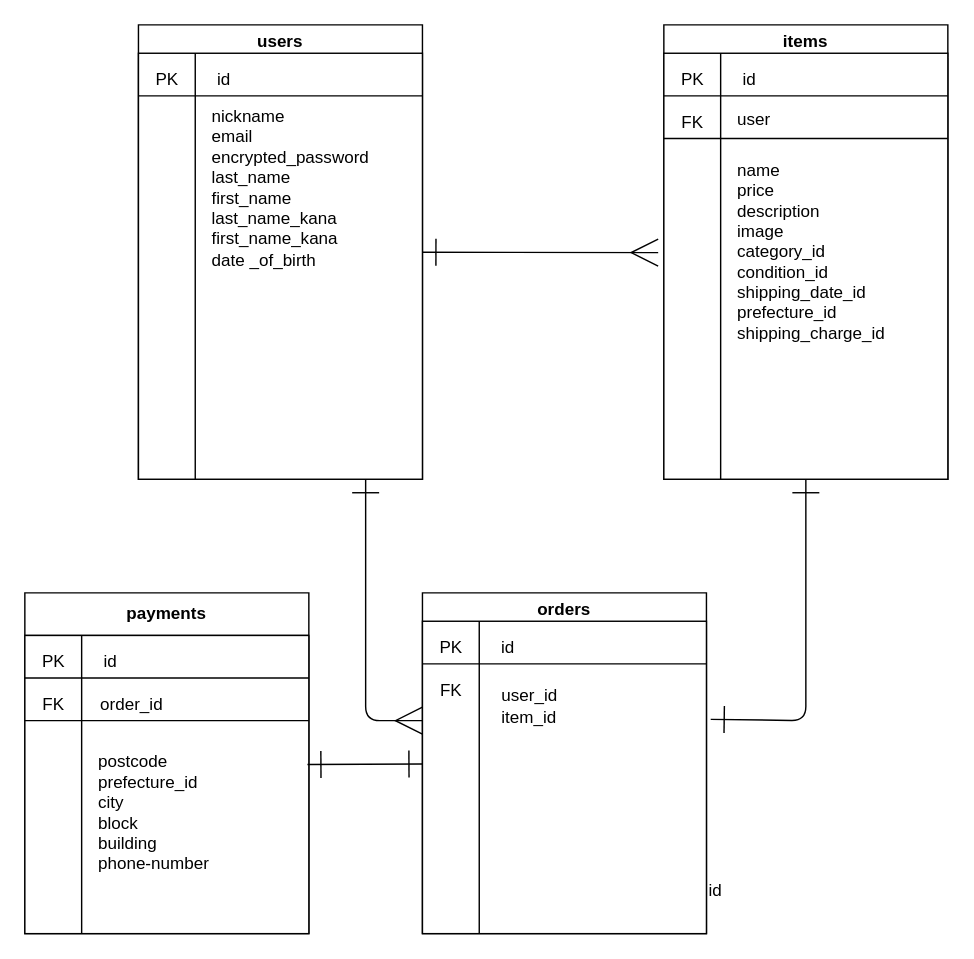
coffta/furima-39530 keeps this draw.io diagram as ER .dio. Above is the earlier version. Source tidied: cells renumbered, new cells numbered last; positions are measured from the earlier drawing's top-left corner, leaving out a move shared by most shapes. Both pictures are drawn from the tidied source at 142%, with x=0, y=0 at pixel (24, 24).
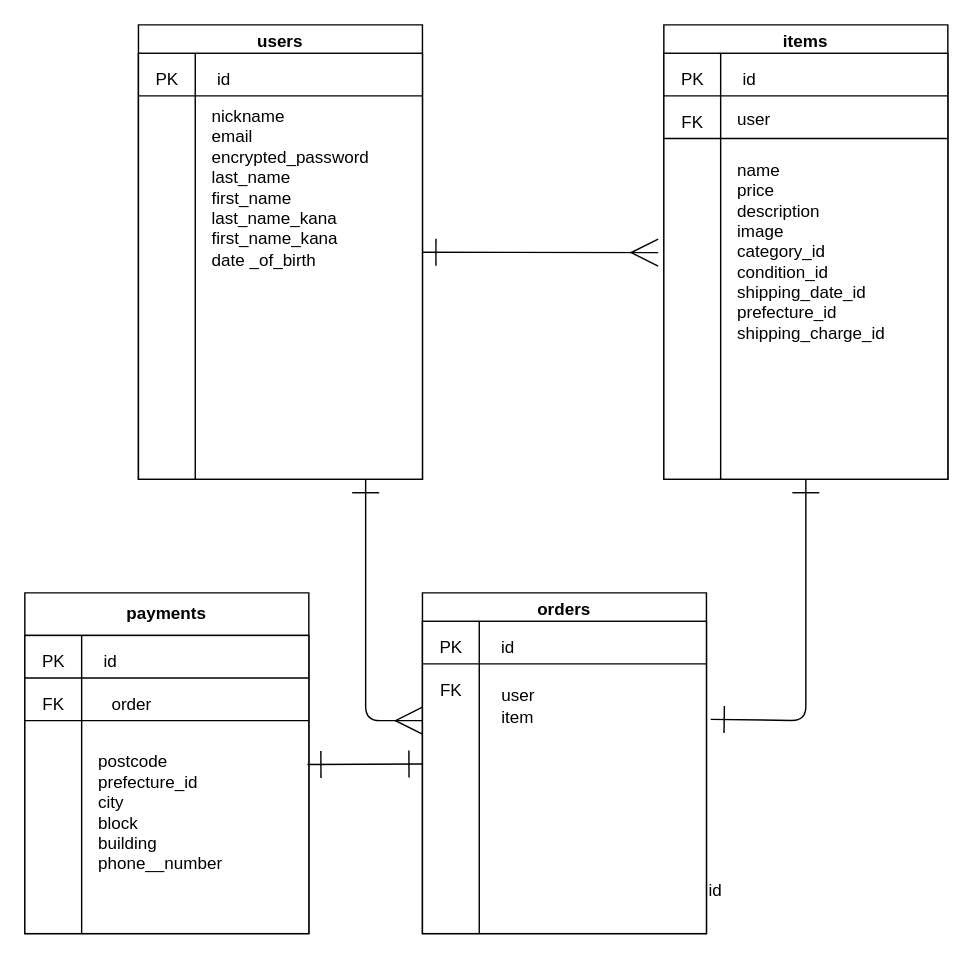
After the change.

Commit message (it also covers changes not shown here):
ER図とREADME再修正

ER図はこちらです。よろしくお願いします。
https://gyazo.com/d79f2a567de169588a07f209f6218bc8

Unchanged cells that the change refers to:
```xml
<mxCell id="17" value="payments" style="swimlane;whiteSpace=wrap;html=1;startSize=30;" parent="1" vertex="1">
  <mxGeometry y="400" width="200" height="240" as="geometry" />
</mxCell>
<mxCell id="27" value="orders" style="swimlane;whiteSpace=wrap;html=1;" parent="1" vertex="1">
  <mxGeometry x="280" y="400" width="200" height="240" as="geometry" />
</mxCell>
```

Change to the diagram source:
```diff
@@
-    <mxCell id="22" value="&lt;font style=&quot;font-size: 12px;&quot;&gt;order_id&lt;br&gt;&lt;/font&gt;" style="text;strokeColor=none;fillColor=none;html=1;fontSize=24;fontStyle=0;verticalAlign=middle;align=center;" parent="17" vertex="1">
+    <mxCell id="22" value="&lt;font style=&quot;font-size: 12px;&quot;&gt;order&lt;br&gt;&lt;/font&gt;" style="text;strokeColor=none;fillColor=none;html=1;fontSize=24;fontStyle=0;verticalAlign=middle;align=center;" parent="17" vertex="1">
       <mxGeometry x="40" y="60" width="70" height="30" as="geometry" />
     </mxCell>
-    <mxCell id="23" value="&lt;span style=&quot;background-color: initial;&quot;&gt;postcode&lt;/span&gt;&lt;br&gt;&lt;div style=&quot;&quot;&gt;prefecture_id&lt;/div&gt;&lt;div style=&quot;&quot;&gt;city&lt;/div&gt;&lt;div style=&quot;&quot;&gt;block&lt;/div&gt;&lt;div style=&quot;&quot;&gt;building&lt;/div&gt;&lt;div style=&quot;&quot;&gt;phone-number&lt;/div&gt;" style="text;html=1;align=left;verticalAlign=middle;strokeColor=none;fillColor=none;" parent="17" vertex="1">
-      <mxGeometry x="50" y="105" width="100" height="100" as="geometry" />
+    <mxCell id="23" value="&lt;span style=&quot;background-color: initial;&quot;&gt;postcode&lt;/span&gt;&lt;br&gt;&lt;div style=&quot;&quot;&gt;prefecture_id&lt;/div&gt;&lt;div style=&quot;&quot;&gt;city&lt;/div&gt;&lt;div style=&quot;&quot;&gt;block&lt;/div&gt;&lt;div style=&quot;&quot;&gt;building&lt;/div&gt;&lt;div style=&quot;&quot;&gt;phone__number&lt;/div&gt;" style="text;html=1;align=left;verticalAlign=middle;strokeColor=none;fillColor=none;" parent="17" vertex="1">
+      <mxGeometry x="50" y="105" width="110" height="100" as="geometry" />
     </mxCell>
@@
-    <mxCell id="32" value="&lt;span style=&quot;background-color: initial;&quot;&gt;user_id&lt;/span&gt;&lt;br&gt;&lt;div style=&quot;&quot;&gt;item_id&lt;/div&gt;" style="text;html=1;align=left;verticalAlign=middle;strokeColor=none;fillColor=none;" parent="27" vertex="1">
-      <mxGeometry x="54" y="60" width="60" height="40" as="geometry" />
+    <mxCell id="32" value="&lt;span style=&quot;background-color: initial;&quot;&gt;user&lt;/span&gt;&lt;br&gt;&lt;div style=&quot;&quot;&gt;item&lt;/div&gt;" style="text;html=1;align=left;verticalAlign=middle;strokeColor=none;fillColor=none;" parent="27" vertex="1">
+      <mxGeometry x="54" y="60" width="50" height="40" as="geometry" />
     </mxCell>
```
